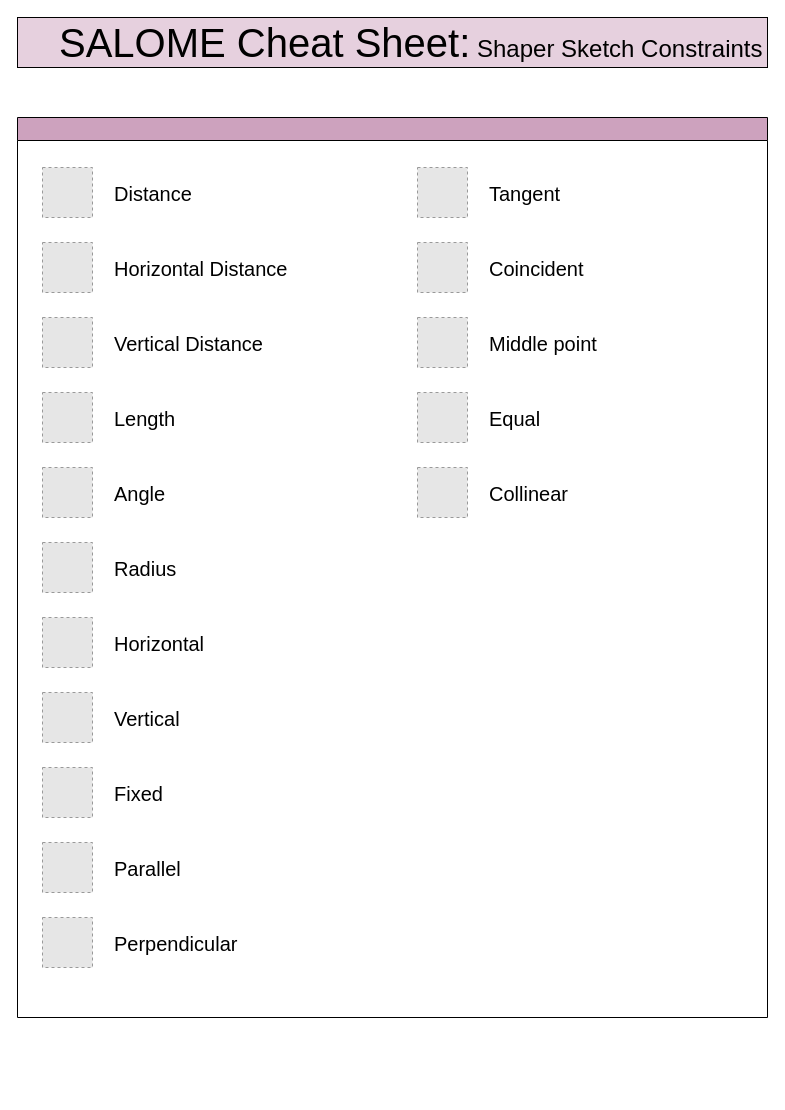
This is drawio/Shaper-sketch-constraints.drawio from EvokeMadness/SALOME-cheat-sheets, a draw.io file, before an edit. Source tidied: cells renumbered, new cells numbered last; positions are measured from the earlier drawing's top-left corner, leaving out a move shared by most shapes. Both pictures are drawn from the tidied source at 100%, with x=0, y=0 at pixel (17, 17). Pictures stored in the file or linked from it are replaced by grey dashed boxes.
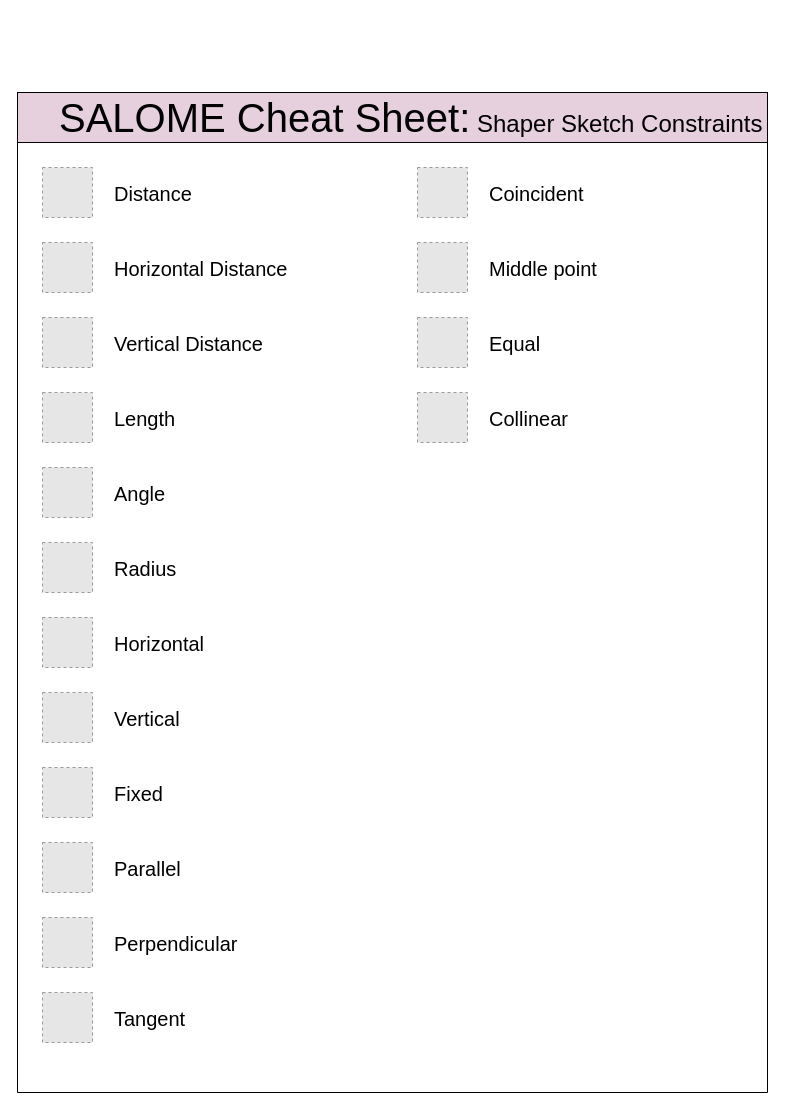
After the change.

Change to the diagram source:
```diff
@@
 <mxGraphModel background="#ffffff">
   <root>
     <mxCell id="0" />
     <mxCell id="1" parent="0" />
     <mxCell id="2" value="&lt;font style=&quot;font-size: 40px&quot;&gt;SALOME Cheat Sheet:&lt;/font&gt;&lt;font style=&quot;font-size: 24px&quot;&gt;&lt;font style=&quot;font-size: 24px&quot;&gt;&amp;nbsp;Shaper&amp;nbsp;&lt;/font&gt;&lt;font style=&quot;font-size: 24px&quot;&gt;Sketch Constraints&lt;/font&gt;&lt;/font&gt;" style="rounded=0;whiteSpace=wrap;html=1;align=left;spacingLeft=40;fontFamily=Helvetica;fillColor=#E6D0DE;fontColor=#000000;strokeColor=#000000;" parent="1" vertex="1">
-      <mxGeometry width="750" height="50" as="geometry" />
+      <mxGeometry y="75" width="750" height="50" as="geometry" />
     </mxCell>
-    <mxCell id="3" style="swimlane;fontSize=20;swimlaneFillColor=none;fillColor=#CDA2BE;fontColor=#000000;fontFamily=Helvetica;fontStyle=0;labelBorderColor=none;strokeColor=#000000;" parent="1" vertex="1">
-      <mxGeometry y="100" width="750" height="900" as="geometry" />
+    <mxCell id="3" style="swimlane;fontSize=20;swimlaneFillColor=none;fillColor=#CDA2BE;fontColor=#000000;fontFamily=Helvetica;fontStyle=0;labelBorderColor=none;strokeColor=#000000;startSize=0;" parent="1" vertex="1">
+      <mxGeometry y="125" width="750" height="950" as="geometry" />
     </mxCell>
     <mxCell id="4" value="Horizontal Distance" style="fillColor=#E6E6E6;strokeColor=#999999;dashed=1;verticalLabelPosition=middle;labelBackgroundColor=none;verticalAlign=middle;labelPosition=right;align=left;spacingLeft=20;fontSize=20;fontColor=#000000;fontFamily=Helvetica;" parent="1" vertex="1">
       <mxGeometry x="25" y="225" width="50" height="50" as="geometry" />
     </mxCell>
     <mxCell id="5" value="Vertical Distance" style="fillColor=#E6E6E6;strokeColor=#999999;dashed=1;verticalLabelPosition=middle;labelBackgroundColor=none;verticalAlign=middle;labelPosition=right;align=left;spacingLeft=20;fontSize=20;fontColor=#000000;fontFamily=Helvetica;" parent="1" vertex="1">
       <mxGeometry x="25" y="300" width="50" height="50" as="geometry" />
     </mxCell>
     <mxCell id="6" value="Length" style="fillColor=#E6E6E6;strokeColor=#999999;dashed=1;verticalLabelPosition=middle;labelBackgroundColor=none;verticalAlign=middle;labelPosition=right;align=left;spacingLeft=20;fontSize=20;fontColor=#000000;fontFamily=Helvetica;" parent="1" vertex="1">
       <mxGeometry x="25" y="375" width="50" height="50" as="geometry" />
     </mxCell>
     <mxCell id="7" value="Radius" style="fillColor=#E6E6E6;strokeColor=#999999;dashed=1;verticalLabelPosition=middle;labelBackgroundColor=none;verticalAlign=middle;labelPosition=right;align=left;spacingLeft=20;fontSize=20;fontColor=#000000;fontFamily=Helvetica;" parent="1" vertex="1">
       <mxGeometry x="25" y="525" width="50" height="50" as="geometry" />
     </mxCell>
     <mxCell id="8" value="Horizontal" style="fillColor=#E6E6E6;strokeColor=#999999;dashed=1;verticalLabelPosition=middle;labelBackgroundColor=none;verticalAlign=middle;labelPosition=right;align=left;spacingLeft=20;fontSize=20;fontColor=#000000;fontFamily=Helvetica;" parent="1" vertex="1">
       <mxGeometry x="25" y="600" width="50" height="50" as="geometry" />
     </mxCell>
     <mxCell id="9" value="Vertical" style="fillColor=#E6E6E6;strokeColor=#999999;dashed=1;verticalLabelPosition=middle;labelBackgroundColor=none;verticalAlign=middle;labelPosition=right;align=left;spacingLeft=20;fontSize=20;fontColor=#000000;fontFamily=Helvetica;" parent="1" vertex="1">
       <mxGeometry x="25" y="675" width="50" height="50" as="geometry" />
     </mxCell>
     <mxCell id="10" value="Fixed" style="fillColor=#E6E6E6;strokeColor=#999999;dashed=1;verticalLabelPosition=middle;labelBackgroundColor=none;verticalAlign=middle;labelPosition=right;align=left;fontColor=#000000;fontSize=20;spacingLeft=20;fontFamily=Helvetica;" parent="1" vertex="1">
       <mxGeometry x="25" y="750" width="50" height="50" as="geometry" />
     </mxCell>
     <mxCell id="11" value="Coincident" style="fillColor=#E6E6E6;strokeColor=#999999;dashed=1;verticalLabelPosition=middle;labelBackgroundColor=none;verticalAlign=middle;labelPosition=right;align=left;fontColor=#000000;fontSize=20;spacingLeft=20;fontFamily=Helvetica;" parent="1" vertex="1">
-      <mxGeometry x="400" y="225" width="50" height="50" as="geometry" />
+      <mxGeometry x="400" y="150" width="50" height="50" as="geometry" />
     </mxCell>
     <mxCell id="12" value="Parallel" style="fillColor=#E6E6E6;strokeColor=#999999;dashed=1;verticalLabelPosition=middle;labelBackgroundColor=none;verticalAlign=middle;labelPosition=right;align=left;spacingLeft=20;fontSize=20;fontColor=#000000;fontFamily=Helvetica;" parent="1" vertex="1">
       <mxGeometry x="25" y="825" width="50" height="50" as="geometry" />
     </mxCell>
     <mxCell id="13" value="Perpendicular" style="fillColor=#E6E6E6;strokeColor=#999999;dashed=1;verticalLabelPosition=middle;labelBackgroundColor=none;verticalAlign=middle;labelPosition=right;align=left;spacingLeft=20;fontSize=20;fontColor=#000000;fontFamily=Helvetica;" parent="1" vertex="1">
       <mxGeometry x="25" y="900" width="50" height="50" as="geometry" />
     </mxCell>
     <mxCell id="14" value="Tangent" style="fillColor=#E6E6E6;strokeColor=#999999;dashed=1;verticalLabelPosition=middle;labelBackgroundColor=none;verticalAlign=middle;labelPosition=right;align=left;spacingLeft=20;fontSize=20;fontColor=#000000;fontFamily=Helvetica;" parent="1" vertex="1">
-      <mxGeometry x="400" y="150" width="50" height="50" as="geometry" />
+      <mxGeometry x="25" y="975" width="50" height="50" as="geometry" />
     </mxCell>
     <mxCell id="15" value="Middle point" style="fillColor=#E6E6E6;strokeColor=#999999;dashed=1;verticalLabelPosition=middle;labelBackgroundColor=none;verticalAlign=middle;labelPosition=right;align=left;spacingLeft=20;fontSize=20;fontColor=#000000;fontFamily=Helvetica;" parent="1" vertex="1">
-      <mxGeometry x="400" y="300" width="50" height="50" as="geometry" />
+      <mxGeometry x="400" y="225" width="50" height="50" as="geometry" />
     </mxCell>
     <mxCell id="16" value="Equal" style="fillColor=#E6E6E6;strokeColor=#999999;dashed=1;verticalLabelPosition=middle;labelBackgroundColor=none;verticalAlign=middle;labelPosition=right;align=left;spacingLeft=20;fontSize=20;fontColor=#000000;fontFamily=Helvetica;" parent="1" vertex="1">
-      <mxGeometry x="400" y="375" width="50" height="50" as="geometry" />
+      <mxGeometry x="400" y="300" width="50" height="50" as="geometry" />
     </mxCell>
     <mxCell id="17" value="Angle" style="fillColor=#E6E6E6;strokeColor=#999999;dashed=1;verticalLabelPosition=middle;labelBackgroundColor=none;verticalAlign=middle;labelPosition=right;align=left;fontColor=#000000;fontSize=20;spacingLeft=20;fontFamily=Helvetica;" parent="1" vertex="1">
       <mxGeometry x="25" y="450" width="50" height="50" as="geometry" />
     </mxCell>
     <mxCell id="18" value="Distance" style="fillColor=#E6E6E6;strokeColor=#999999;dashed=1;verticalLabelPosition=middle;labelBackgroundColor=none;verticalAlign=middle;labelPosition=right;align=left;fontColor=#000000;fontSize=20;spacingLeft=20;fontFamily=Helvetica;" parent="1" vertex="1">
       <mxGeometry x="25" y="150" width="50" height="50" as="geometry" />
     </mxCell>
     <mxCell id="19" value="Collinear" style="fillColor=#E6E6E6;strokeColor=#999999;dashed=1;verticalLabelPosition=middle;labelBackgroundColor=none;verticalAlign=middle;labelPosition=right;align=left;fontColor=#000000;fontSize=20;spacingLeft=20;fontFamily=Helvetica;" parent="1" vertex="1">
-      <mxGeometry x="400" y="450" width="50" height="50" as="geometry" />
+      <mxGeometry x="400" y="375" width="50" height="50" as="geometry" />
     </mxCell>
   </root>
 </mxGraphModel>
```
